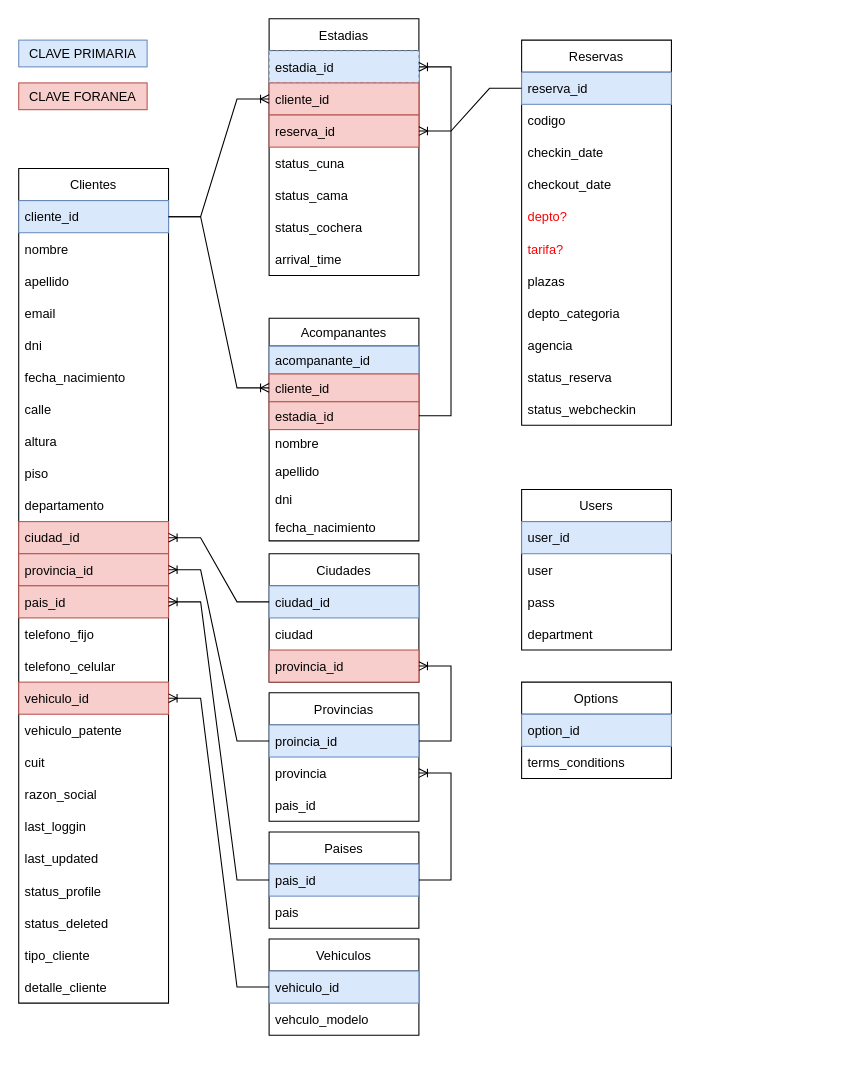
Earlier version of the draw.io diagram page "DB" (1 of 5) of web-checkin/hotel-web-checkin.drawio (danielo101/db-diagrams). Source tidied: cells renumbered, new cells numbered last; positions are measured from the earlier drawing's top-left corner, leaving out a move shared by most shapes. Both pictures are drawn from the tidied source at 107%, with x=0, y=0 at pixel (18, 18).
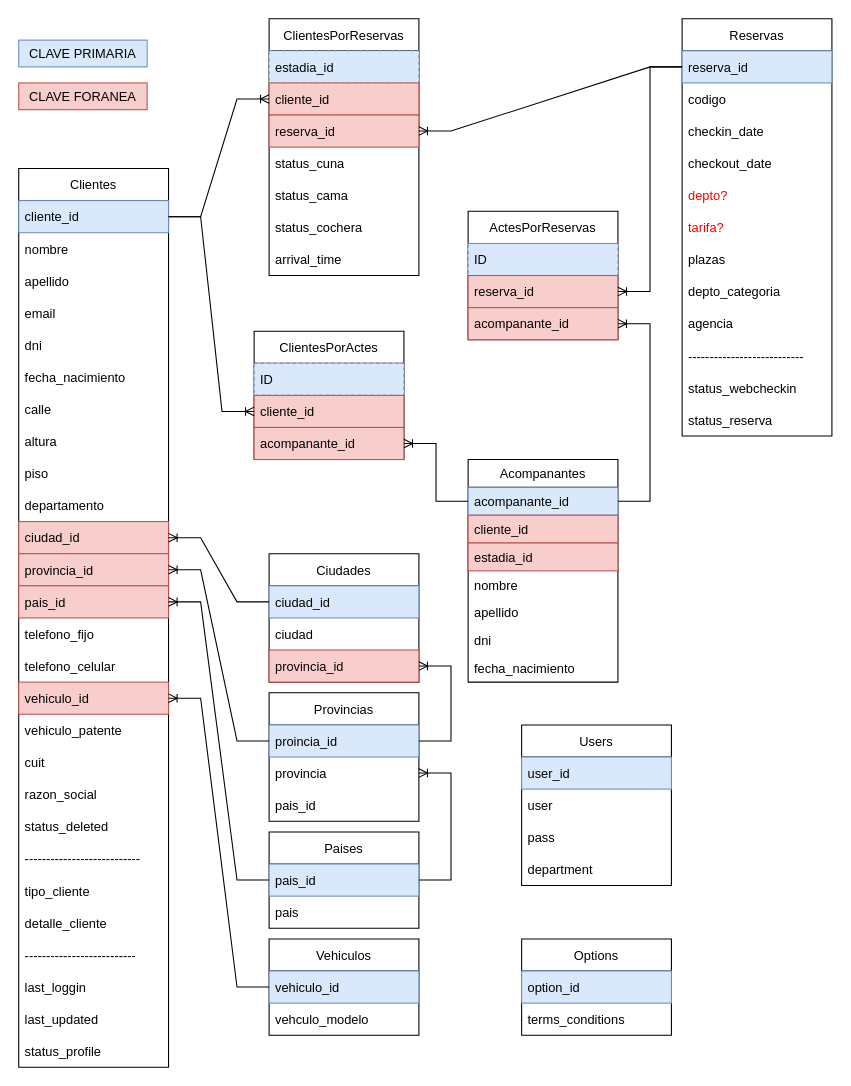
The same page after the edit.

Unchanged cells that the change refers to:
```xml
<mxCell id="8" value="reserva_id" style="text;strokeColor=#6c8ebf;fillColor=#dae8fc;align=left;verticalAlign=middle;spacingLeft=4;spacingRight=4;overflow=hidden;points=[[0,0.5],[1,0.5]];portConstraint=eastwest;" parent="7" vertex="1">
  <mxGeometry y="30" width="140" height="30" as="geometry" />
</mxCell>
<mxCell id="20" value="cliente_id" style="text;strokeColor=#6c8ebf;fillColor=#dae8fc;align=left;verticalAlign=middle;spacingLeft=4;spacingRight=4;overflow=hidden;points=[[0,0.5],[1,0.5]];portConstraint=eastwest;" parent="19" vertex="1">
  <mxGeometry y="30" width="140" height="30" as="geometry" />
</mxCell>
<mxCell id="46" value="estadia_id" style="text;strokeColor=#6c8ebf;fillColor=#dae8fc;align=left;verticalAlign=middle;spacingLeft=4;spacingRight=4;overflow=hidden;points=[[0,0.5],[1,0.5]];portConstraint=eastwest;dashed=1;labelBorderColor=none;" parent="45" vertex="1">
  <mxGeometry y="30" width="140" height="30" as="geometry" />
</mxCell>
<mxCell id="80" value="acompanante_id" style="text;strokeColor=#6c8ebf;fillColor=#dae8fc;align=left;verticalAlign=top;spacingLeft=4;spacingRight=4;overflow=hidden;points=[[0,0.5],[1,0.5]];portConstraint=eastwest;" parent="79" vertex="1">
  <mxGeometry y="26" width="140" height="26" as="geometry" />
</mxCell>
<mxCell id="81" value="cliente_id" style="text;strokeColor=#b85450;fillColor=#f8cecc;align=left;verticalAlign=top;spacingLeft=4;spacingRight=4;overflow=hidden;points=[[0,0.5],[1,0.5]];portConstraint=eastwest;" parent="79" vertex="1">
  <mxGeometry y="52" width="140" height="26" as="geometry" />
</mxCell>
<mxCell id="82" value="estadia_id" style="text;strokeColor=#b85450;fillColor=#f8cecc;align=left;verticalAlign=top;spacingLeft=4;spacingRight=4;overflow=hidden;points=[[0,0.5],[1,0.5]];portConstraint=eastwest;" parent="79" vertex="1">
  <mxGeometry y="78" width="140" height="26" as="geometry" />
</mxCell>
```

What changed in the source:
```diff
@@
     <mxCell id="2" value="Users" style="swimlane;fontStyle=0;horizontal=1;startSize=30;" parent="1" vertex="1">
-      <mxGeometry x="470" y="440" width="140" height="150" as="geometry" />
+      <mxGeometry x="470" y="660" width="140" height="150" as="geometry" />
     </mxCell>
@@
     <mxCell id="7" value="Reservas" style="swimlane;fontStyle=0;horizontal=1;startSize=30;" parent="1" vertex="1">
-      <mxGeometry x="470" y="20" width="140" height="360" as="geometry" />
+      <mxGeometry x="620" width="140" height="390" as="geometry" />
     </mxCell>
@@
-    <mxCell id="17" value="status_reserva" style="text;strokeColor=none;fillColor=none;align=left;verticalAlign=middle;spacingLeft=4;spacingRight=4;overflow=hidden;" parent="7" vertex="1">
+    <mxCell id="17" value="---------------------------" style="text;strokeColor=none;fillColor=none;align=left;verticalAlign=middle;spacingLeft=4;spacingRight=4;overflow=hidden;" parent="7" vertex="1">
       <mxGeometry y="300" width="140" height="30" as="geometry" />
     </mxCell>
@@
+    <mxCell id="90" value="status_reserva" style="text;strokeColor=none;fillColor=none;align=left;verticalAlign=middle;spacingLeft=4;spacingRight=4;overflow=hidden;" parent="7" vertex="1">
+      <mxGeometry y="360" width="140" height="30" as="geometry" />
+    </mxCell>
     <mxCell id="19" value="Clientes" style="swimlane;fontStyle=0;horizontal=1;startSize=30;" parent="1" vertex="1">
-      <mxGeometry y="140" width="140" height="780" as="geometry" />
+      <mxGeometry y="140" width="140" height="840" as="geometry" />
     </mxCell>
@@
+    <mxCell id="42" value="status_deleted" style="text;strokeColor=none;fillColor=none;align=left;verticalAlign=middle;spacingLeft=4;spacingRight=4;overflow=hidden;fontColor=#000000;" parent="19" vertex="1">
+      <mxGeometry y="600" width="140" height="30" as="geometry" />
+    </mxCell>
+    <mxCell id="91" value="---------------------------" style="text;strokeColor=none;fillColor=none;align=left;verticalAlign=middle;spacingLeft=4;spacingRight=4;overflow=hidden;fontColor=#000000;" parent="19" vertex="1">
+      <mxGeometry y="630" width="140" height="30" as="geometry" />
+    </mxCell>
+    <mxCell id="43" value="tipo_cliente" style="text;strokeColor=none;fillColor=none;align=left;verticalAlign=middle;spacingLeft=4;spacingRight=4;overflow=hidden;fontColor=#000000;" parent="19" vertex="1">
+      <mxGeometry y="660" width="140" height="30" as="geometry" />
+    </mxCell>
+    <mxCell id="44" value="detalle_cliente" style="text;strokeColor=none;fillColor=none;align=left;verticalAlign=middle;spacingLeft=4;spacingRight=4;overflow=hidden;fontColor=#000000;" parent="19" vertex="1">
+      <mxGeometry y="690" width="140" height="30" as="geometry" />
+    </mxCell>
-    <mxCell id="39" value="last_loggin" style="text;strokeColor=none;fillColor=none;align=left;verticalAlign=middle;spacingLeft=4;spacingRight=4;overflow=hidden;fontColor=#000000;" parent="19" vertex="1">
-      <mxGeometry y="600" width="140" height="30" as="geometry" />
+    <mxCell id="39" value="--------------------------" style="text;strokeColor=none;fillColor=none;align=left;verticalAlign=middle;spacingLeft=4;spacingRight=4;overflow=hidden;fontColor=#000000;" parent="19" vertex="1">
+      <mxGeometry y="720" width="140" height="30" as="geometry" />
     </mxCell>
+    <mxCell id="92" value="last_loggin" style="text;strokeColor=none;fillColor=none;align=left;verticalAlign=middle;spacingLeft=4;spacingRight=4;overflow=hidden;fontColor=#000000;" parent="19" vertex="1">
+      <mxGeometry y="750" width="140" height="30" as="geometry" />
+    </mxCell>
     <mxCell id="40" value="last_updated" style="text;strokeColor=none;fillColor=none;align=left;verticalAlign=middle;spacingLeft=4;spacingRight=4;overflow=hidden;fontColor=#000000;" parent="19" vertex="1">
-      <mxGeometry y="630" width="140" height="30" as="geometry" />
+      <mxGeometry y="780" width="140" height="30" as="geometry" />
     </mxCell>
     <mxCell id="41" value="status_profile" style="text;strokeColor=none;fillColor=none;align=left;verticalAlign=middle;spacingLeft=4;spacingRight=4;overflow=hidden;fontColor=#000000;" parent="19" vertex="1">
-      <mxGeometry y="660" width="140" height="30" as="geometry" />
+      <mxGeometry y="810" width="140" height="30" as="geometry" />
     </mxCell>
-    <mxCell id="42" value="status_deleted" style="text;strokeColor=none;fillColor=none;align=left;verticalAlign=middle;spacingLeft=4;spacingRight=4;overflow=hidden;fontColor=#000000;" parent="19" vertex="1">
-      <mxGeometry y="690" width="140" height="30" as="geometry" />
-    </mxCell>
-    <mxCell id="43" value="tipo_cliente" style="text;strokeColor=none;fillColor=none;align=left;verticalAlign=middle;spacingLeft=4;spacingRight=4;overflow=hidden;fontColor=#000000;" parent="19" vertex="1">
-      <mxGeometry y="720" width="140" height="30" as="geometry" />
-    </mxCell>
-    <mxCell id="44" value="detalle_cliente" style="text;strokeColor=none;fillColor=none;align=left;verticalAlign=middle;spacingLeft=4;spacingRight=4;overflow=hidden;fontColor=#000000;" parent="19" vertex="1">
-      <mxGeometry y="750" width="140" height="30" as="geometry" />
-    </mxCell>
-    <mxCell id="45" value="Estadias" style="swimlane;fontStyle=0;horizontal=1;startSize=30;" parent="1" vertex="1">
+    <mxCell id="45" value="ClientesPorReservas" style="swimlane;fontStyle=0;horizontal=1;startSize=30;" parent="1" vertex="1">
       <mxGeometry x="234" width="140" height="240" as="geometry" />
     </mxCell>
@@
     <mxCell id="76" value="Options" style="swimlane;fontStyle=0;horizontal=1;startSize=30;fontColor=#000000;" parent="1" vertex="1">
-      <mxGeometry x="470" y="620" width="140" height="90" as="geometry" />
+      <mxGeometry x="470" y="860" width="140" height="90" as="geometry" />
     </mxCell>
@@
     <mxCell id="79" value="Acompanantes" style="swimlane;fontStyle=0;horizontal=1;startSize=26;fillColor=none;" parent="1" vertex="1">
-      <mxGeometry x="234" y="280" width="140" height="208" as="geometry" />
+      <mxGeometry x="420" y="412" width="140" height="208" as="geometry" />
     </mxCell>
@@
-    <mxCell id="87" style="edgeStyle=entityRelationEdgeStyle;fontSize=12;html=1;endArrow=ERoneToMany;rounded=0;" parent="1" edge="1" source="20" target="81">
-      <mxGeometry relative="1" as="geometry" />
-    </mxCell>
@@
-    <mxCell id="89" style="edgeStyle=entityRelationEdgeStyle;fontSize=12;html=1;endArrow=ERoneToMany;rounded=0;entryX=1;entryY=0.5;entryDx=0;entryDy=0;exitX=1;exitY=0.5;exitDx=0;exitDy=0;" parent="1" edge="1" source="82" target="46">
-      <mxGeometry relative="1" as="geometry" />
-    </mxCell>
+    <mxCell id="93" value="ActesPorReservas" style="swimlane;fontStyle=0;horizontal=1;startSize=30;" parent="1" vertex="1">
+      <mxGeometry x="420" y="180" width="140" height="120" as="geometry" />
+    </mxCell>
+    <mxCell id="94" value="ID" style="text;strokeColor=#6c8ebf;fillColor=#dae8fc;align=left;verticalAlign=middle;spacingLeft=4;spacingRight=4;overflow=hidden;dashed=1;labelBorderColor=none;" parent="93" vertex="1">
+      <mxGeometry y="30" width="140" height="30" as="geometry" />
+    </mxCell>
+    <mxCell id="95" value="reserva_id" style="text;strokeColor=#b85450;fillColor=#f8cecc;align=left;verticalAlign=middle;spacingLeft=4;spacingRight=4;overflow=hidden;points=[[0,0.5],[1,0.5]];portConstraint=eastwest;" parent="93" vertex="1">
+      <mxGeometry y="60" width="140" height="30" as="geometry" />
+    </mxCell>
+    <mxCell id="96" value="acompanante_id" style="text;strokeColor=#b85450;fillColor=#f8cecc;align=left;verticalAlign=middle;spacingLeft=4;spacingRight=4;overflow=hidden;points=[[0,0.5],[1,0.5]];portConstraint=eastwest;" parent="93" vertex="1">
+      <mxGeometry y="90" width="140" height="30" as="geometry" />
+    </mxCell>
+    <mxCell id="97" style="edgeStyle=entityRelationEdgeStyle;fontSize=12;html=1;endArrow=ERoneToMany;rounded=0;" parent="1" edge="1" source="80" target="96">
+      <mxGeometry relative="1" as="geometry" />
+    </mxCell>
+    <mxCell id="98" style="edgeStyle=entityRelationEdgeStyle;fontSize=12;html=1;endArrow=ERoneToMany;rounded=0;" parent="1" edge="1" source="8" target="95">
+      <mxGeometry relative="1" as="geometry" />
+    </mxCell>
+    <mxCell id="99" value="ClientesPorActes" style="swimlane;fontStyle=0;horizontal=1;startSize=30;" parent="1" vertex="1">
+      <mxGeometry x="220" y="292" width="140" height="120" as="geometry" />
+    </mxCell>
+    <mxCell id="100" value="ID" style="text;strokeColor=#6c8ebf;fillColor=#dae8fc;align=left;verticalAlign=middle;spacingLeft=4;spacingRight=4;overflow=hidden;dashed=1;labelBorderColor=none;" parent="99" vertex="1">
+      <mxGeometry y="30" width="140" height="30" as="geometry" />
+    </mxCell>
+    <mxCell id="101" value="cliente_id" style="text;strokeColor=#b85450;fillColor=#f8cecc;align=left;verticalAlign=middle;spacingLeft=4;spacingRight=4;overflow=hidden;points=[[0,0.5],[1,0.5]];portConstraint=eastwest;" parent="99" vertex="1">
+      <mxGeometry y="60" width="140" height="30" as="geometry" />
+    </mxCell>
+    <mxCell id="102" value="acompanante_id" style="text;strokeColor=#b85450;fillColor=#f8cecc;align=left;verticalAlign=middle;spacingLeft=4;spacingRight=4;overflow=hidden;points=[[0,0.5],[1,0.5]];portConstraint=eastwest;" parent="99" vertex="1">
+      <mxGeometry y="90" width="140" height="30" as="geometry" />
+    </mxCell>
+    <mxCell id="103" style="edgeStyle=entityRelationEdgeStyle;fontSize=12;html=1;endArrow=ERoneToMany;rounded=0;entryX=0;entryY=0.5;entryDx=0;entryDy=0;" parent="1" edge="1" source="20" target="101">
+      <mxGeometry relative="1" as="geometry" />
+    </mxCell>
+    <mxCell id="104" style="edgeStyle=entityRelationEdgeStyle;fontSize=12;html=1;endArrow=ERoneToMany;rounded=0;" parent="1" edge="1" source="80" target="102">
+      <mxGeometry relative="1" as="geometry" />
+    </mxCell>
```
